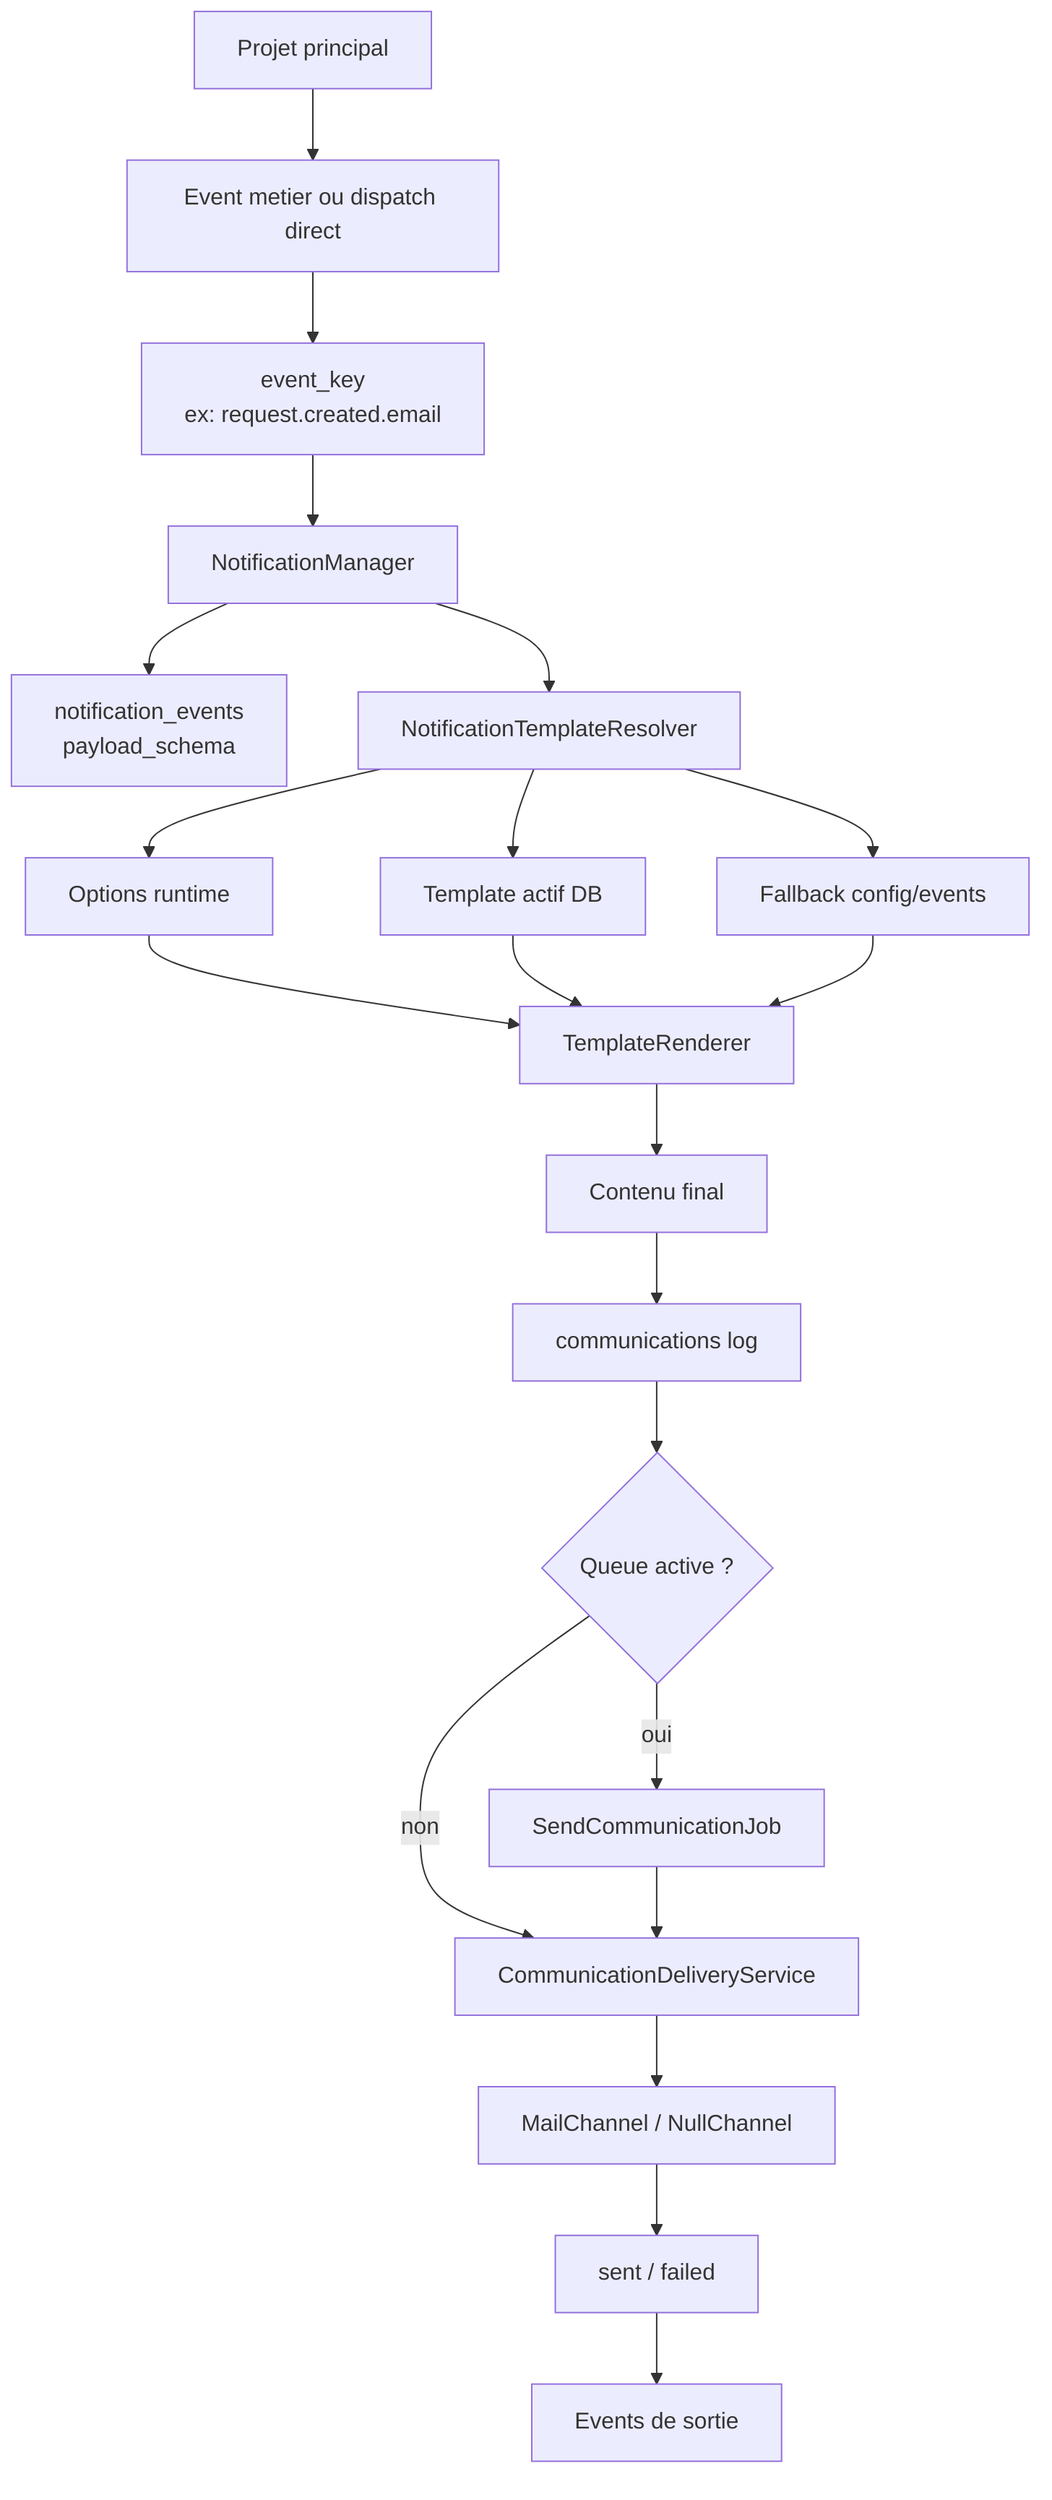
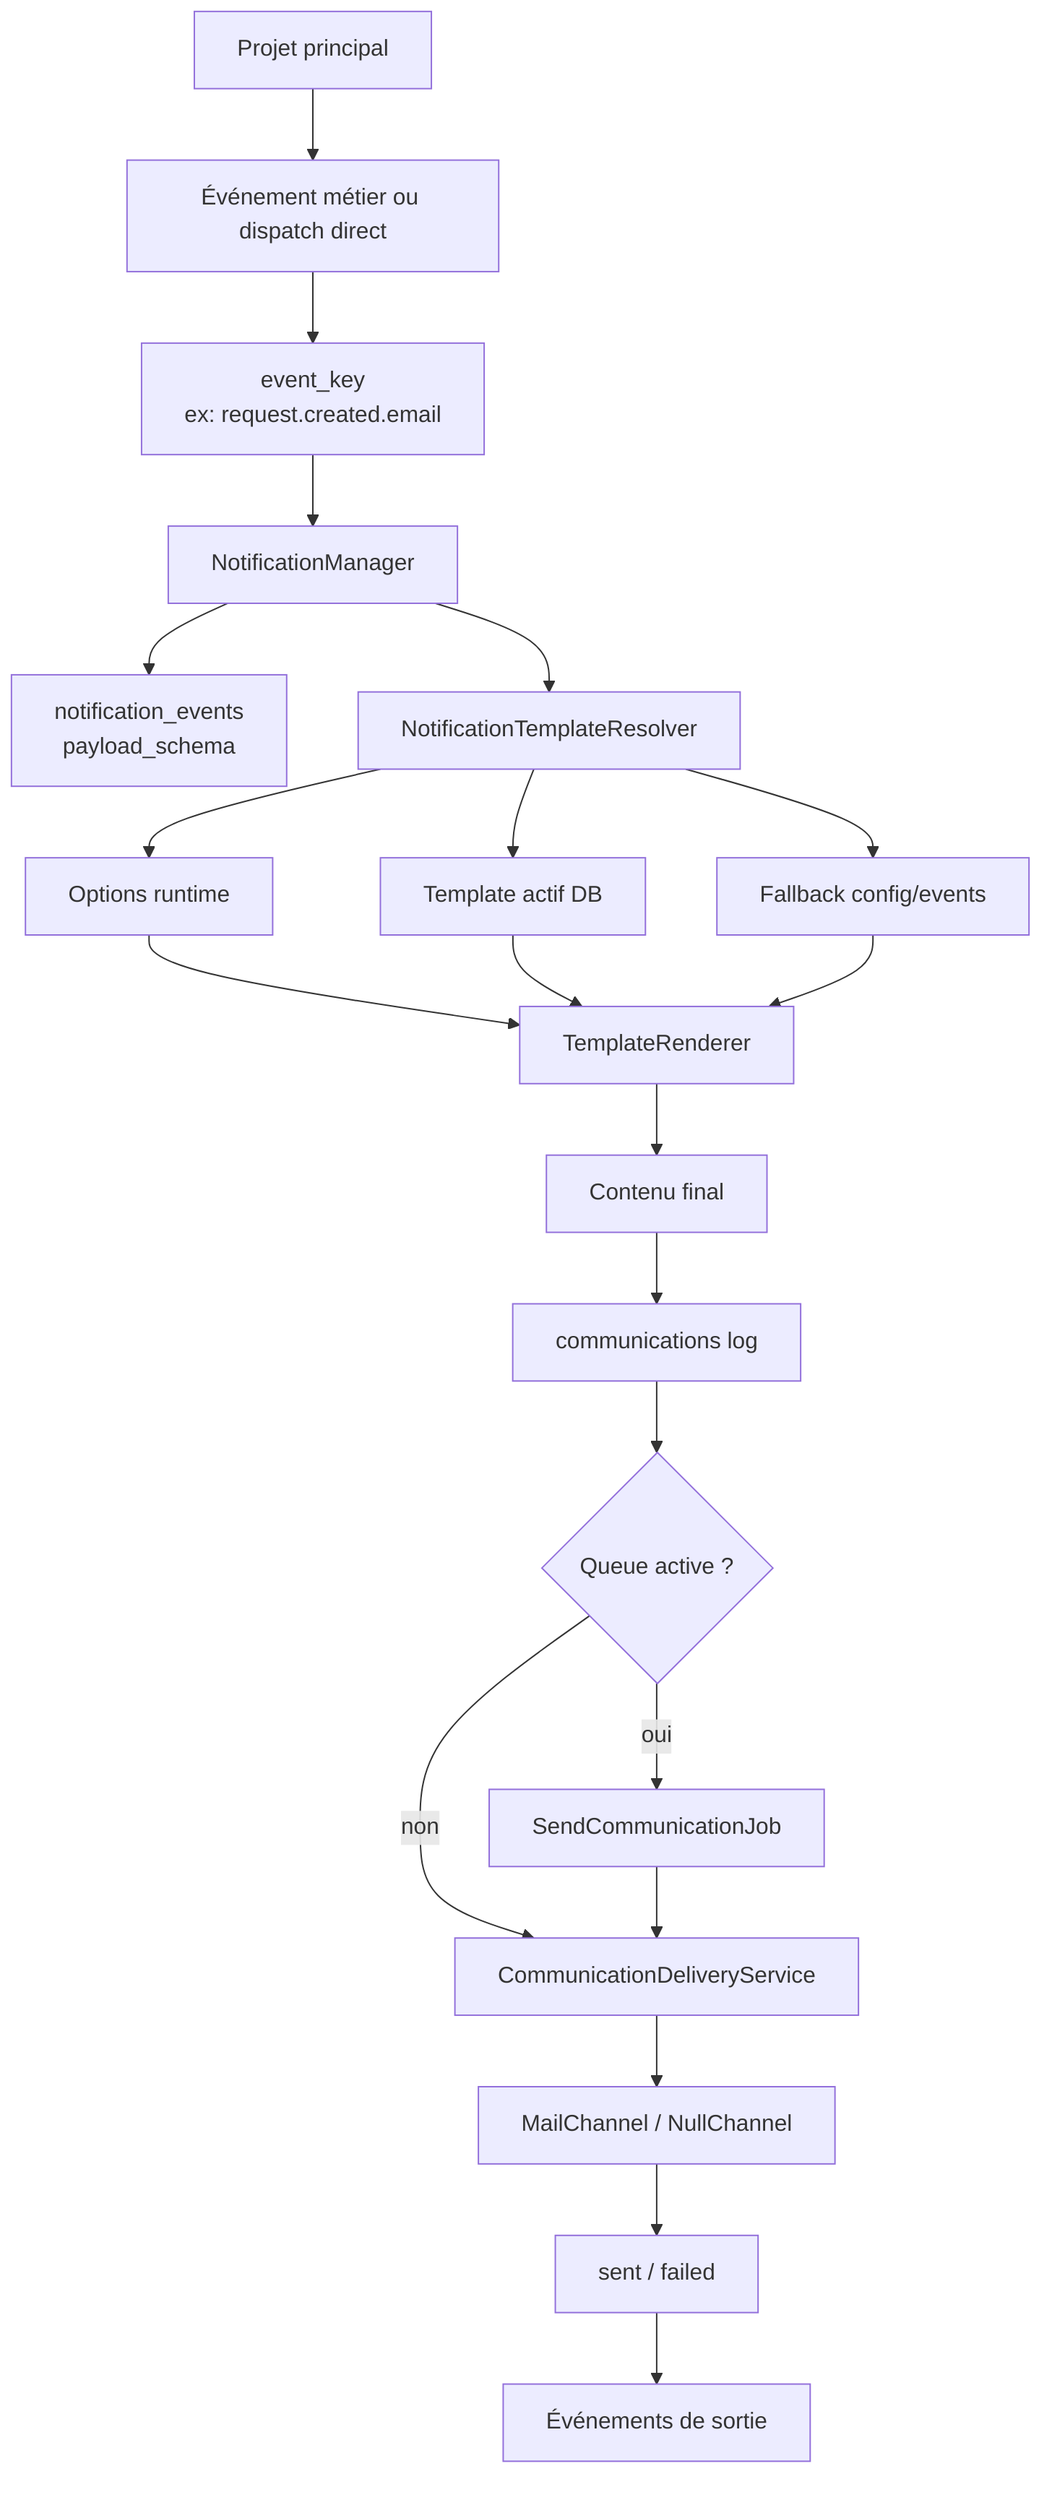
flowchart TD
-     A["Projet principal"] --> B["Event metier ou dispatch direct"]
+     A["Projet principal"] --> B["Événement métier ou dispatch direct"]

    B --> C["event_key
    ex: request.created.email"]

    C --> D["NotificationManager"]

    D --> E["notification_events
    payload_schema"]
    D --> F["NotificationTemplateResolver"]

    F --> G["Options runtime"]
    F --> H["Template actif DB"]
    F --> I["Fallback config/events"]

    G --> J["TemplateRenderer"]
    H --> J
    I --> J

    J --> K["Contenu final"]
    K --> L["communications log"]

    L --> M{"Queue active ?"}
    M -->|oui| N["SendCommunicationJob"]
    M -->|non| O["CommunicationDeliveryService"]
    N --> O

    O --> P["MailChannel / NullChannel"]
    P --> Q["sent / failed"]
-     Q --> R["Events de sortie"]
+     Q --> R["Événements de sortie"]
